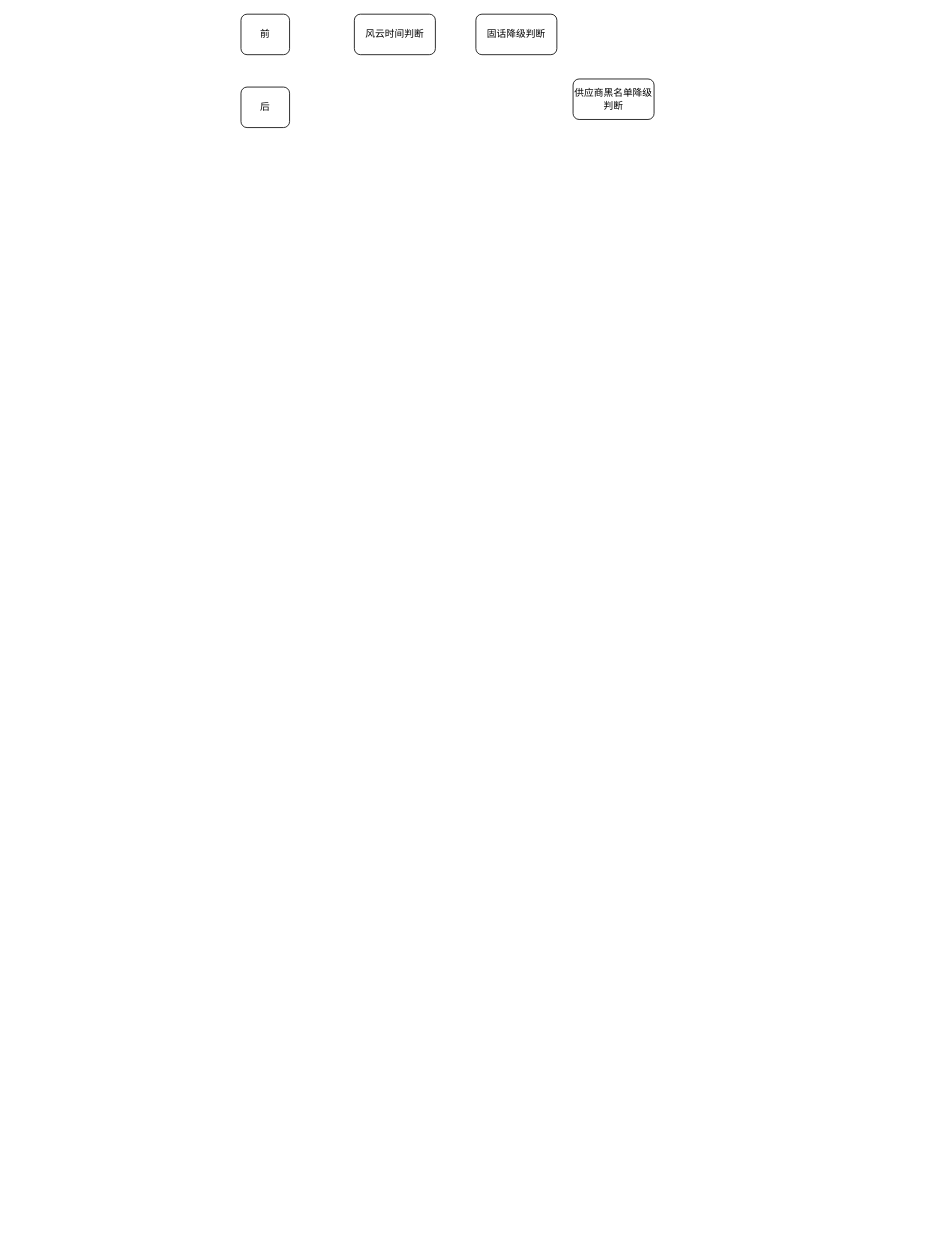
This is page "第 2 页" (2 of 4) of 3汇报.drawio from zhaoxiangchun/myMarkdownImg, a draw.io file, before an edit. Source tidied: cells renumbered, new cells numbered last; positions are measured from the earlier drawing's top-left corner, leaving out a move shared by most shapes. Both pictures are drawn from the tidied source at 81%, with x=0, y=0 at pixel (241, 14).
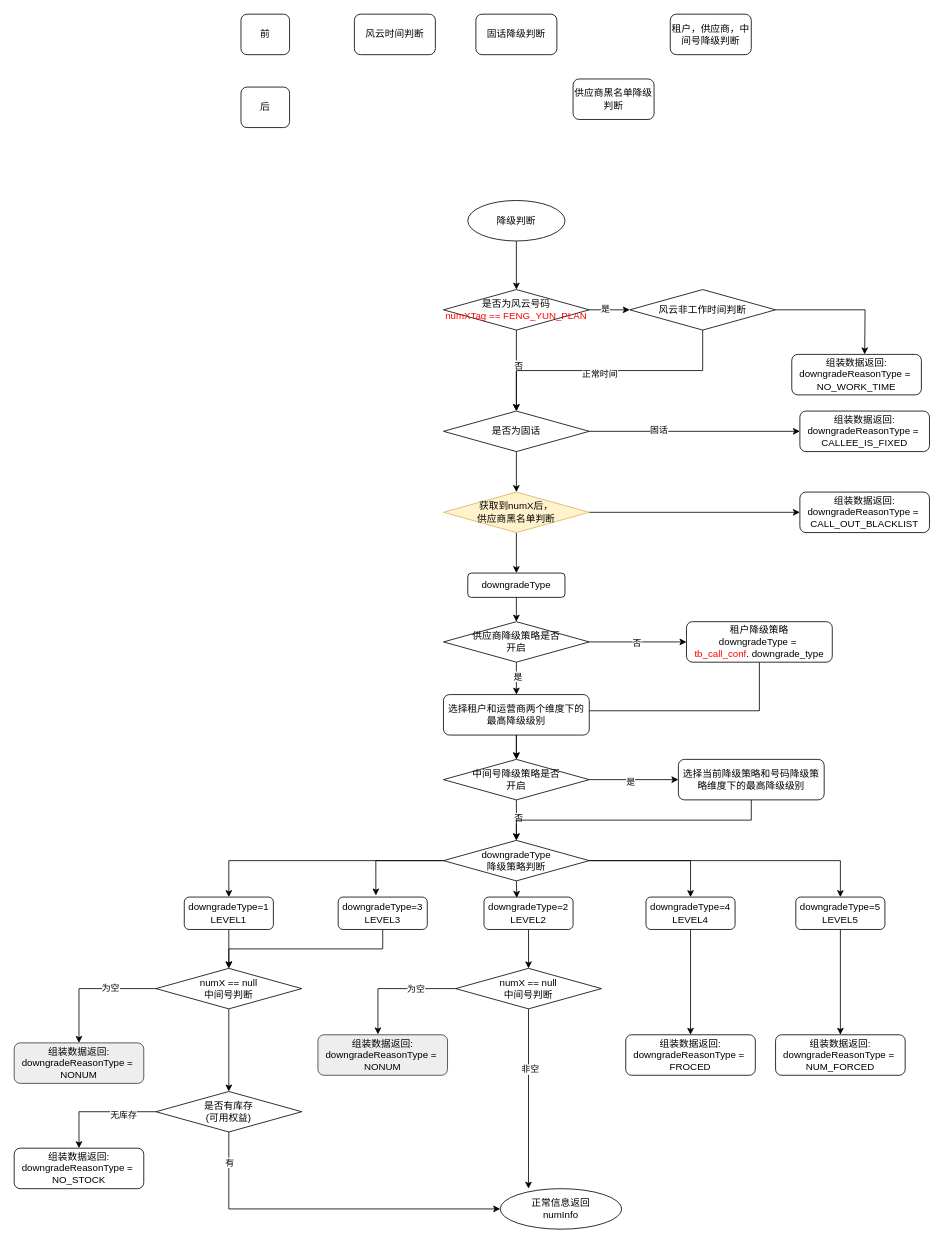
Above is the later version.

Diff of the diagram source:
```diff
@@
+    <mxCell id="7" value="租户，供应商，中间号降级判断" style="rounded=1;whiteSpace=wrap;html=1;" parent="1" vertex="1">
+      <mxGeometry x="530" width="100" height="50" as="geometry" />
+    </mxCell>
+    <mxCell id="8" style="edgeStyle=orthogonalEdgeStyle;rounded=0;jettySize=auto;html=1;exitX=0.5;exitY=1;exitDx=0;exitDy=0;entryX=0.5;entryY=0;entryDx=0;entryDy=0;" parent="1" edge="1" source="9" target="14">
+      <mxGeometry relative="1" as="geometry" />
+    </mxCell>
+    <mxCell id="9" value="降级判断" style="ellipse;whiteSpace=wrap;html=1;" parent="1" vertex="1">
+      <mxGeometry x="280" y="230" width="120" height="50" as="geometry" />
+    </mxCell>
+    <mxCell id="10" style="edgeStyle=orthogonalEdgeStyle;rounded=0;jettySize=auto;html=1;exitX=0.5;exitY=1;exitDx=0;exitDy=0;entryX=0.5;entryY=0;entryDx=0;entryDy=0;" parent="1" edge="1" source="14" target="18">
+      <mxGeometry relative="1" as="geometry" />
+    </mxCell>
+    <mxCell id="11" value="否" style="edgeLabel;html=1;align=center;verticalAlign=middle;" parent="10" vertex="1">
+      <mxGeometry x="-0.15" y="2" relative="1" as="geometry" />
+    </mxCell>
+    <mxCell id="12" style="edgeStyle=orthogonalEdgeStyle;rounded=0;jettySize=auto;html=1;exitX=1;exitY=0.5;exitDx=0;exitDy=0;entryX=0;entryY=0.5;entryDx=0;entryDy=0;" parent="1" edge="1" source="14" target="22">
+      <mxGeometry relative="1" as="geometry" />
+    </mxCell>
+    <mxCell id="13" value="是" style="edgeLabel;html=1;align=center;verticalAlign=middle;" parent="12" vertex="1">
+      <mxGeometry x="-0.24" y="2" relative="1" as="geometry" />
+    </mxCell>
+    <mxCell id="14" value="是否为风云号码&lt;br&gt;&lt;font color=&quot;#ff0000&quot;&gt;numXTag == FENG_YUN_PLAN&lt;/font&gt;" style="rhombus;whiteSpace=wrap;html=1;" parent="1" vertex="1">
+      <mxGeometry x="250" y="340" width="180" height="50" as="geometry" />
+    </mxCell>
+    <mxCell id="15" style="edgeStyle=orthogonalEdgeStyle;rounded=0;jettySize=auto;html=1;exitX=1;exitY=0.5;exitDx=0;exitDy=0;entryX=0;entryY=0.5;entryDx=0;entryDy=0;" parent="1" edge="1" source="18" target="24">
+      <mxGeometry relative="1" as="geometry" />
+    </mxCell>
+    <mxCell id="16" value="固话" style="edgeLabel;html=1;align=center;verticalAlign=middle;" parent="15" vertex="1">
+      <mxGeometry x="-0.35" y="3" relative="1" as="geometry">
+        <mxPoint y="1" as="offset" />
+      </mxGeometry>
+    </mxCell>
+    <mxCell id="17" style="edgeStyle=orthogonalEdgeStyle;rounded=0;jettySize=auto;html=1;exitX=0.5;exitY=1;exitDx=0;exitDy=0;entryX=0.5;entryY=0;entryDx=0;entryDy=0;" parent="1" edge="1" source="18" target="27">
+      <mxGeometry relative="1" as="geometry" />
+    </mxCell>
+    <mxCell id="18" value="是否为固话" style="rhombus;whiteSpace=wrap;html=1;" parent="1" vertex="1">
+      <mxGeometry x="250" y="490" width="180" height="50" as="geometry" />
+    </mxCell>
+    <mxCell id="19" style="edgeStyle=orthogonalEdgeStyle;rounded=0;jettySize=auto;html=1;exitX=0.5;exitY=1;exitDx=0;exitDy=0;entryX=0.5;entryY=0;entryDx=0;entryDy=0;" parent="1" edge="1" source="22" target="18">
+      <mxGeometry relative="1" as="geometry" />
+    </mxCell>
+    <mxCell id="20" value="正常时间" style="edgeLabel;html=1;align=center;verticalAlign=middle;" parent="19" vertex="1">
+      <mxGeometry x="0.08" y="4" relative="1" as="geometry" />
+    </mxCell>
+    <mxCell id="21" style="edgeStyle=orthogonalEdgeStyle;rounded=0;jettySize=auto;html=1;exitX=1;exitY=0.5;exitDx=0;exitDy=0;" parent="1" edge="1" source="22">
+      <mxGeometry relative="1" as="geometry">
+        <mxPoint x="770" y="420" as="targetPoint" />
+      </mxGeometry>
+    </mxCell>
+    <mxCell id="22" value="风云非工作时间判断" style="rhombus;whiteSpace=wrap;html=1;" parent="1" vertex="1">
+      <mxGeometry x="480" y="340" width="180" height="50" as="geometry" />
+    </mxCell>
+    <mxCell id="23" value="组装数据返回:&lt;br&gt;downgradeReasonType =&amp;nbsp;&lt;br&gt;NO_WORK_TIME" style="rounded=1;whiteSpace=wrap;html=1;" parent="1" vertex="1">
+      <mxGeometry x="680" y="420" width="160" height="50" as="geometry" />
+    </mxCell>
+    <mxCell id="24" value="组装数据返回:&lt;br&gt;downgradeReasonType =&amp;nbsp;&lt;br&gt;CALLEE_IS_FIXED" style="rounded=1;whiteSpace=wrap;html=1;" parent="1" vertex="1">
+      <mxGeometry x="690" y="490" width="160" height="50" as="geometry" />
+    </mxCell>
+    <mxCell id="25" style="edgeStyle=orthogonalEdgeStyle;rounded=0;jettySize=auto;html=1;exitX=1;exitY=0.5;exitDx=0;exitDy=0;" parent="1" edge="1" source="27" target="28">
+      <mxGeometry relative="1" as="geometry" />
+    </mxCell>
+    <mxCell id="26" style="edgeStyle=orthogonalEdgeStyle;rounded=0;jettySize=auto;html=1;exitX=0.5;exitY=1;exitDx=0;exitDy=0;entryX=0.5;entryY=0;entryDx=0;entryDy=0;" parent="1" edge="1" source="27" target="35">
+      <mxGeometry relative="1" as="geometry" />
+    </mxCell>
+    <mxCell id="27" value="获取到numX后，&lt;br&gt;供应商黑名单判断" style="rhombus;whiteSpace=wrap;html=1;fillColor=#fff2cc;strokeColor=#d6b656;" parent="1" vertex="1">
+      <mxGeometry x="250" y="590" width="180" height="50" as="geometry" />
+    </mxCell>
+    <mxCell id="28" value="组装数据返回:&lt;br&gt;downgradeReasonType =&amp;nbsp;&lt;br&gt;CALL_OUT_BLACKLIST" style="rounded=1;whiteSpace=wrap;html=1;" parent="1" vertex="1">
+      <mxGeometry x="690" y="590" width="160" height="50" as="geometry" />
+    </mxCell>
+    <mxCell id="29" style="edgeStyle=orthogonalEdgeStyle;rounded=0;jettySize=auto;html=1;exitX=1;exitY=0.5;exitDx=0;exitDy=0;" parent="1" edge="1" source="33" target="37">
+      <mxGeometry relative="1" as="geometry" />
+    </mxCell>
+    <mxCell id="30" value="否" style="edgeLabel;html=1;align=center;verticalAlign=middle;" parent="29" vertex="1">
+      <mxGeometry x="-0.03" relative="1" as="geometry" />
+    </mxCell>
+    <mxCell id="31" style="edgeStyle=orthogonalEdgeStyle;rounded=0;jettySize=auto;html=1;exitX=0.5;exitY=1;exitDx=0;exitDy=0;entryX=0.5;entryY=0;entryDx=0;entryDy=0;" parent="1" edge="1" source="33" target="39">
+      <mxGeometry relative="1" as="geometry" />
+    </mxCell>
+    <mxCell id="32" value="是" style="edgeLabel;html=1;align=center;verticalAlign=middle;" parent="31" vertex="1">
+      <mxGeometry x="-0.17" y="1" relative="1" as="geometry" />
+    </mxCell>
+    <mxCell id="33" value="供应商降级策略是否&lt;br&gt;开启" style="rhombus;whiteSpace=wrap;html=1;" parent="1" vertex="1">
+      <mxGeometry x="250" y="750" width="180" height="50" as="geometry" />
+    </mxCell>
+    <mxCell id="34" style="edgeStyle=orthogonalEdgeStyle;rounded=0;jettySize=auto;html=1;exitX=0.5;exitY=1;exitDx=0;exitDy=0;entryX=0.5;entryY=0;entryDx=0;entryDy=0;" parent="1" edge="1" source="35" target="33">
+      <mxGeometry relative="1" as="geometry" />
+    </mxCell>
+    <mxCell id="35" value="downgradeType" style="rounded=1;whiteSpace=wrap;html=1;" parent="1" vertex="1">
+      <mxGeometry x="280" y="690" width="120" height="30" as="geometry" />
+    </mxCell>
+    <mxCell id="36" style="edgeStyle=orthogonalEdgeStyle;rounded=0;jettySize=auto;html=1;exitX=0.5;exitY=1;exitDx=0;exitDy=0;entryX=0.5;entryY=0;entryDx=0;entryDy=0;" parent="1" edge="1" source="37" target="44">
+      <mxGeometry relative="1" as="geometry" />
+    </mxCell>
+    <mxCell id="37" value="租户降级策略&lt;br&gt;downgradeType =&amp;nbsp;&lt;br&gt;&lt;font color=&quot;#ff0000&quot;&gt;tb_call_conf&lt;/font&gt;. downgrade_type" style="rounded=1;whiteSpace=wrap;html=1;" parent="1" vertex="1">
+      <mxGeometry x="550" y="750" width="180" height="50" as="geometry" />
+    </mxCell>
+    <mxCell id="38" style="edgeStyle=orthogonalEdgeStyle;rounded=0;jettySize=auto;html=1;exitX=0.5;exitY=1;exitDx=0;exitDy=0;entryX=0.5;entryY=0;entryDx=0;entryDy=0;" parent="1" edge="1" source="39" target="44">
+      <mxGeometry relative="1" as="geometry" />
+    </mxCell>
+    <mxCell id="39" value="选择租户和运营商两个维度下的最高降级级别" style="rounded=1;whiteSpace=wrap;html=1;" parent="1" vertex="1">
+      <mxGeometry x="250" y="840" width="180" height="50" as="geometry" />
+    </mxCell>
+    <mxCell id="40" style="edgeStyle=orthogonalEdgeStyle;rounded=0;jettySize=auto;html=1;exitX=1;exitY=0.5;exitDx=0;exitDy=0;entryX=0;entryY=0.5;entryDx=0;entryDy=0;" parent="1" edge="1" source="44" target="46">
+      <mxGeometry relative="1" as="geometry" />
+    </mxCell>
+    <mxCell id="41" value="是" style="edgeLabel;html=1;align=center;verticalAlign=middle;" parent="40" vertex="1">
+      <mxGeometry x="-0.09" y="-1" relative="1" as="geometry">
+        <mxPoint y="1" as="offset" />
+      </mxGeometry>
+    </mxCell>
+    <mxCell id="42" style="edgeStyle=orthogonalEdgeStyle;rounded=0;jettySize=auto;html=1;exitX=0.5;exitY=1;exitDx=0;exitDy=0;entryX=0.5;entryY=0;entryDx=0;entryDy=0;" parent="1" edge="1" source="44" target="50">
+      <mxGeometry relative="1" as="geometry" />
+    </mxCell>
+    <mxCell id="43" value="否" style="edgeLabel;html=1;align=center;verticalAlign=middle;" parent="42" vertex="1">
+      <mxGeometry x="-0.14" y="2" relative="1" as="geometry" />
+    </mxCell>
+    <mxCell id="44" value="中间号降级策略是否&lt;br&gt;开启" style="rhombus;whiteSpace=wrap;html=1;" parent="1" vertex="1">
+      <mxGeometry x="250" y="920" width="180" height="50" as="geometry" />
+    </mxCell>
+    <mxCell id="45" style="edgeStyle=orthogonalEdgeStyle;rounded=0;jettySize=auto;html=1;exitX=0.5;exitY=1;exitDx=0;exitDy=0;entryX=0.5;entryY=0;entryDx=0;entryDy=0;" parent="1" edge="1" source="46" target="50">
+      <mxGeometry relative="1" as="geometry" />
+    </mxCell>
+    <mxCell id="46" value="选择当前降级策略和号码降级策略维度下的最高降级级别" style="rounded=1;whiteSpace=wrap;html=1;" parent="1" vertex="1">
+      <mxGeometry x="540" y="920" width="180" height="50" as="geometry" />
+    </mxCell>
+    <mxCell id="47" style="edgeStyle=orthogonalEdgeStyle;rounded=0;jettySize=auto;html=1;exitX=0;exitY=0.5;exitDx=0;exitDy=0;entryX=0.5;entryY=0;entryDx=0;entryDy=0;" parent="1" edge="1" source="50" target="52">
+      <mxGeometry relative="1" as="geometry" />
+    </mxCell>
+    <mxCell id="48" style="edgeStyle=orthogonalEdgeStyle;rounded=0;jettySize=auto;html=1;exitX=1;exitY=0.5;exitDx=0;exitDy=0;entryX=0.5;entryY=0;entryDx=0;entryDy=0;" parent="1" edge="1" source="50" target="73">
+      <mxGeometry relative="1" as="geometry" />
+    </mxCell>
+    <mxCell id="49" style="edgeStyle=orthogonalEdgeStyle;rounded=0;jettySize=auto;html=1;exitX=1;exitY=0.5;exitDx=0;exitDy=0;entryX=0.5;entryY=0;entryDx=0;entryDy=0;" parent="1" edge="1" source="50" target="76">
+      <mxGeometry relative="1" as="geometry" />
+    </mxCell>
+    <mxCell id="50" value="downgradeType&lt;br&gt;降级策略判断" style="rhombus;whiteSpace=wrap;html=1;" parent="1" vertex="1">
+      <mxGeometry x="250" y="1020" width="180" height="50" as="geometry" />
+    </mxCell>
+    <mxCell id="51" style="edgeStyle=orthogonalEdgeStyle;rounded=0;jettySize=auto;html=1;exitX=0.5;exitY=1;exitDx=0;exitDy=0;entryX=0.5;entryY=0;entryDx=0;entryDy=0;" parent="1" edge="1" source="52" target="56">
+      <mxGeometry relative="1" as="geometry" />
+    </mxCell>
+    <mxCell id="52" value="downgradeType=1&lt;br&gt;LEVEL1" style="rounded=1;whiteSpace=wrap;html=1;" parent="1" vertex="1">
+      <mxGeometry x="-70" y="1090" width="110" height="40" as="geometry" />
+    </mxCell>
+    <mxCell id="53" style="edgeStyle=orthogonalEdgeStyle;rounded=0;jettySize=auto;html=1;exitX=0;exitY=0.5;exitDx=0;exitDy=0;entryX=0.5;entryY=0;entryDx=0;entryDy=0;" parent="1" edge="1" source="56" target="57">
+      <mxGeometry relative="1" as="geometry" />
+    </mxCell>
+    <mxCell id="54" value="为空" style="edgeLabel;html=1;align=center;verticalAlign=middle;" parent="53" vertex="1">
+      <mxGeometry x="-0.3" y="-1" relative="1" as="geometry" />
+    </mxCell>
+    <mxCell id="55" style="edgeStyle=orthogonalEdgeStyle;rounded=0;jettySize=auto;html=1;exitX=0.5;exitY=1;exitDx=0;exitDy=0;" parent="1" edge="1" source="56" target="62">
+      <mxGeometry relative="1" as="geometry" />
+    </mxCell>
+    <mxCell id="56" value="numX == null&lt;br&gt;中间号判断" style="rhombus;whiteSpace=wrap;html=1;" parent="1" vertex="1">
+      <mxGeometry x="-105" y="1178" width="180" height="50" as="geometry" />
+    </mxCell>
+    <mxCell id="57" value="组装数据返回:&lt;br&gt;downgradeReasonType =&amp;nbsp;&lt;br&gt;NONUM" style="rounded=1;whiteSpace=wrap;html=1;fillColor=#eeeeee;strokeColor=#36393d;" parent="1" vertex="1">
+      <mxGeometry x="-280" y="1270" width="160" height="50" as="geometry" />
+    </mxCell>
+    <mxCell id="58" style="edgeStyle=orthogonalEdgeStyle;rounded=0;jettySize=auto;html=1;exitX=0;exitY=0.5;exitDx=0;exitDy=0;entryX=0.5;entryY=0;entryDx=0;entryDy=0;" parent="1" edge="1" source="62" target="63">
+      <mxGeometry relative="1" as="geometry" />
+    </mxCell>
+    <mxCell id="59" value="无库存" style="edgeLabel;html=1;align=center;verticalAlign=middle;" parent="58" vertex="1">
+      <mxGeometry x="-0.41" y="3" relative="1" as="geometry" />
+    </mxCell>
+    <mxCell id="60" style="edgeStyle=orthogonalEdgeStyle;rounded=0;jettySize=auto;html=1;exitX=0.5;exitY=1;exitDx=0;exitDy=0;entryX=0;entryY=0.5;entryDx=0;entryDy=0;" parent="1" edge="1" source="62" target="80">
+      <mxGeometry relative="1" as="geometry" />
+    </mxCell>
+    <mxCell id="61" value="有" style="edgeLabel;html=1;align=center;verticalAlign=middle;" parent="60" vertex="1">
+      <mxGeometry x="-0.83" relative="1" as="geometry" />
+    </mxCell>
+    <mxCell id="62" value="是否有库存&lt;br&gt;(可用权益)" style="rhombus;whiteSpace=wrap;html=1;" parent="1" vertex="1">
+      <mxGeometry x="-105" y="1330" width="180" height="50" as="geometry" />
+    </mxCell>
+    <mxCell id="63" value="组装数据返回:&lt;br&gt;downgradeReasonType =&amp;nbsp;&lt;br&gt;NO_STOCK" style="rounded=1;whiteSpace=wrap;html=1;" parent="1" vertex="1">
+      <mxGeometry x="-280" y="1400" width="160" height="50" as="geometry" />
+    </mxCell>
+    <mxCell id="64" style="edgeStyle=orthogonalEdgeStyle;rounded=0;jettySize=auto;html=1;exitX=0.5;exitY=1;exitDx=0;exitDy=0;entryX=0.5;entryY=0;entryDx=0;entryDy=0;" parent="1" edge="1" source="65" target="56">
+      <mxGeometry relative="1" as="geometry" />
+    </mxCell>
+    <mxCell id="65" value="downgradeType=3&lt;br&gt;LEVEL3" style="rounded=1;whiteSpace=wrap;html=1;" parent="1" vertex="1">
+      <mxGeometry x="120" y="1090" width="110" height="40" as="geometry" />
+    </mxCell>
+    <mxCell id="66" style="edgeStyle=orthogonalEdgeStyle;rounded=0;jettySize=auto;html=1;exitX=0.5;exitY=1;exitDx=0;exitDy=0;entryX=0.5;entryY=0;entryDx=0;entryDy=0;" parent="1" edge="1" source="67" target="68">
+      <mxGeometry relative="1" as="geometry" />
+    </mxCell>
+    <mxCell id="67" value="downgradeType=2&lt;br&gt;LEVEL2" style="rounded=1;whiteSpace=wrap;html=1;" parent="1" vertex="1">
+      <mxGeometry x="300" y="1090" width="110" height="40" as="geometry" />
+    </mxCell>
+    <mxCell id="68" value="numX == null&lt;br&gt;中间号判断" style="rhombus;whiteSpace=wrap;html=1;" parent="1" vertex="1">
+      <mxGeometry x="265" y="1178" width="180" height="50" as="geometry" />
+    </mxCell>
+    <mxCell id="69" value="组装数据返回:&lt;br&gt;downgradeReasonType =&amp;nbsp;&lt;br&gt;NONUM" style="rounded=1;whiteSpace=wrap;html=1;fillColor=#eeeeee;strokeColor=#36393d;" parent="1" vertex="1">
+      <mxGeometry x="95" y="1260" width="160" height="50" as="geometry" />
+    </mxCell>
+    <mxCell id="70" style="edgeStyle=orthogonalEdgeStyle;rounded=0;jettySize=auto;html=1;exitX=0;exitY=0.5;exitDx=0;exitDy=0;entryX=0.463;entryY=-0.01;entryDx=0;entryDy=0;entryPerimeter=0;" parent="1" edge="1" source="68" target="69">
+      <mxGeometry relative="1" as="geometry" />
+    </mxCell>
+    <mxCell id="71" value="为空" style="edgeLabel;html=1;align=center;verticalAlign=middle;" parent="70" vertex="1">
+      <mxGeometry x="-0.35" relative="1" as="geometry" />
+    </mxCell>
+    <mxCell id="72" style="edgeStyle=orthogonalEdgeStyle;rounded=0;jettySize=auto;html=1;exitX=0.5;exitY=1;exitDx=0;exitDy=0;" parent="1" edge="1" source="73" target="74">
+      <mxGeometry relative="1" as="geometry" />
+    </mxCell>
+    <mxCell id="73" value="downgradeType=4&lt;br&gt;LEVEL4" style="rounded=1;whiteSpace=wrap;html=1;" parent="1" vertex="1">
+      <mxGeometry x="500" y="1090" width="110" height="40" as="geometry" />
+    </mxCell>
+    <mxCell id="74" value="组装数据返回:&lt;br&gt;downgradeReasonType =&amp;nbsp;&lt;br&gt;FROCED" style="rounded=1;whiteSpace=wrap;html=1;" parent="1" vertex="1">
+      <mxGeometry x="475" y="1260" width="160" height="50" as="geometry" />
+    </mxCell>
+    <mxCell id="75" style="edgeStyle=orthogonalEdgeStyle;rounded=0;jettySize=auto;html=1;exitX=0.5;exitY=1;exitDx=0;exitDy=0;entryX=0.5;entryY=0;entryDx=0;entryDy=0;" parent="1" edge="1" source="76" target="77">
+      <mxGeometry relative="1" as="geometry" />
+    </mxCell>
+    <mxCell id="76" value="downgradeType=5&lt;br&gt;LEVEL5" style="rounded=1;whiteSpace=wrap;html=1;" parent="1" vertex="1">
+      <mxGeometry x="685" y="1090" width="110" height="40" as="geometry" />
+    </mxCell>
+    <mxCell id="77" value="组装数据返回:&lt;br&gt;downgradeReasonType =&amp;nbsp;&lt;br&gt;NUM_FORCED" style="rounded=1;whiteSpace=wrap;html=1;" parent="1" vertex="1">
+      <mxGeometry x="660" y="1260" width="160" height="50" as="geometry" />
+    </mxCell>
+    <mxCell id="78" style="edgeStyle=orthogonalEdgeStyle;rounded=0;jettySize=auto;html=1;exitX=0;exitY=0.5;exitDx=0;exitDy=0;entryX=0.423;entryY=-0.05;entryDx=0;entryDy=0;entryPerimeter=0;" parent="1" edge="1" source="50" target="65">
+      <mxGeometry relative="1" as="geometry" />
+    </mxCell>
+    <mxCell id="79" style="edgeStyle=orthogonalEdgeStyle;rounded=0;jettySize=auto;html=1;exitX=0.5;exitY=1;exitDx=0;exitDy=0;entryX=0.368;entryY=0.025;entryDx=0;entryDy=0;entryPerimeter=0;" parent="1" edge="1" source="50" target="67">
+      <mxGeometry relative="1" as="geometry" />
+    </mxCell>
+    <mxCell id="80" value="正常信息返回&lt;br&gt;numInfo" style="ellipse;whiteSpace=wrap;html=1;" parent="1" vertex="1">
+      <mxGeometry x="320" y="1450" width="150" height="50" as="geometry" />
+    </mxCell>
+    <mxCell id="81" style="edgeStyle=orthogonalEdgeStyle;rounded=0;jettySize=auto;html=1;exitX=0.5;exitY=1;exitDx=0;exitDy=0;entryX=0.233;entryY=0;entryDx=0;entryDy=0;entryPerimeter=0;" parent="1" edge="1" source="68" target="80">
+      <mxGeometry relative="1" as="geometry" />
+    </mxCell>
+    <mxCell id="82" value="非空" style="edgeLabel;html=1;align=center;verticalAlign=middle;" parent="81" vertex="1">
+      <mxGeometry x="-0.33" y="2" relative="1" as="geometry" />
+    </mxCell>
```
